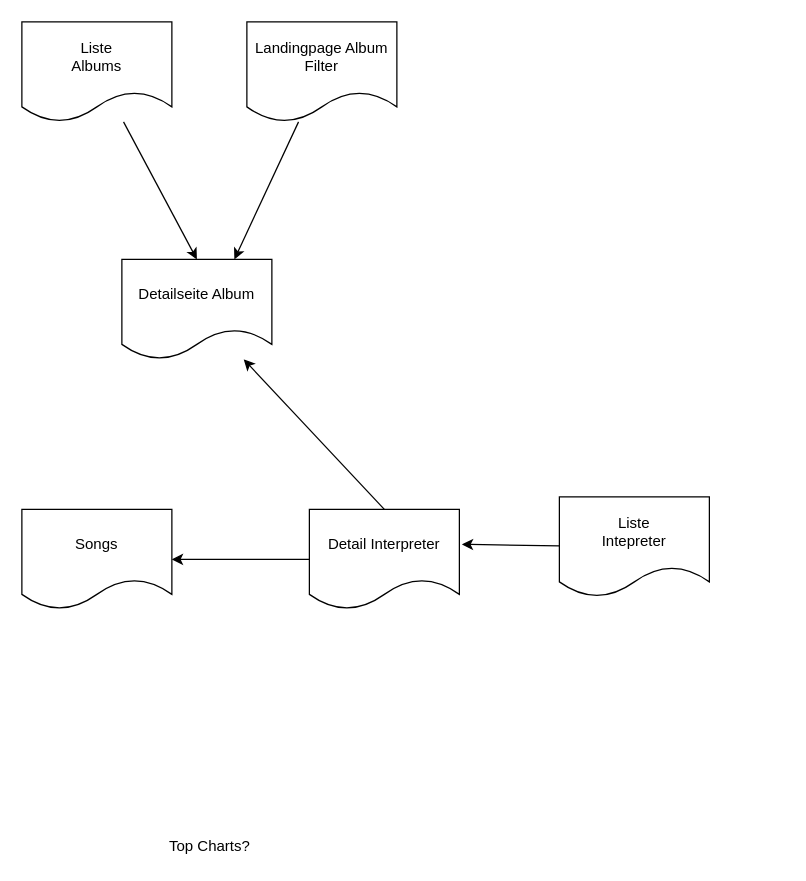
free-prayer-bird/demo-repo keeps this draw.io diagram as page "Views" (2 of 10) of Untitled Diagram.drawio. Above is the earlier version. Source tidied: cells renumbered, new cells numbered last; positions are measured from the earlier drawing's top-left corner, leaving out a move shared by most shapes. Both pictures are drawn from the tidied source at 125%, with x=0, y=0 at pixel (21, 21).
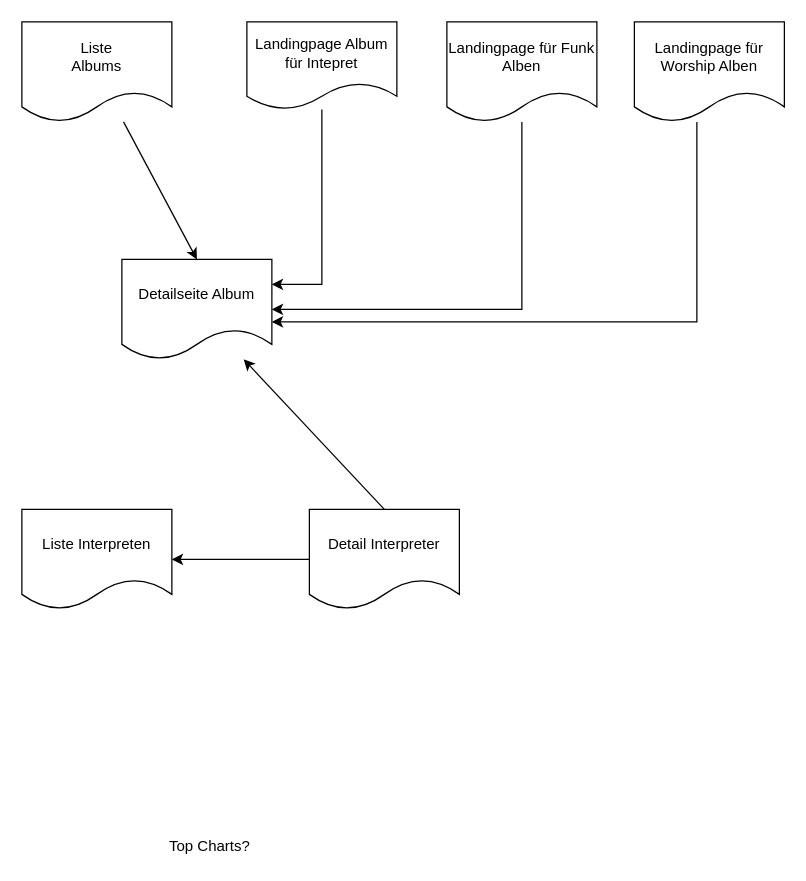
Above is the later version.

Diff of the diagram source:
```diff
@@
 <mxGraphModel>
   <root>
     <mxCell id="0" />
     <mxCell id="1" parent="0" />
     <mxCell id="2" style="rounded=0;jettySize=auto;html=1;entryX=0.5;entryY=0;entryDx=0;entryDy=0;" parent="1" edge="1" source="3" target="6">
       <mxGeometry relative="1" as="geometry" />
     </mxCell>
     <mxCell id="3" value="Liste &lt;br&gt;Albums" style="shape=document;whiteSpace=wrap;html=1;boundedLbl=1;" parent="1" vertex="1">
       <mxGeometry width="120" height="80" as="geometry" />
     </mxCell>
-    <mxCell id="4" style="edgeStyle=none;rounded=0;jettySize=auto;html=1;entryX=0.75;entryY=0;entryDx=0;entryDy=0;" parent="1" edge="1" source="5" target="6">
-      <mxGeometry relative="1" as="geometry" />
+    <mxCell id="4" style="edgeStyle=orthogonalEdgeStyle;rounded=0;jettySize=auto;html=1;entryX=1;entryY=0.25;entryDx=0;entryDy=0;" parent="1" edge="1" source="5" target="6">
+      <mxGeometry relative="1" as="geometry">
+        <Array as="points">
+          <mxPoint x="240" y="210" />
+        </Array>
+      </mxGeometry>
     </mxCell>
-    <mxCell id="5" value="Landingpage Album Filter" style="shape=document;whiteSpace=wrap;html=1;boundedLbl=1;" parent="1" vertex="1">
-      <mxGeometry x="180" width="120" height="80" as="geometry" />
+    <mxCell id="5" value="Landingpage Album für Intepret" style="shape=document;whiteSpace=wrap;html=1;boundedLbl=1;" parent="1" vertex="1">
+      <mxGeometry x="180" width="120" height="70" as="geometry" />
     </mxCell>
     <mxCell id="6" value="Detailseite Album" style="shape=document;whiteSpace=wrap;html=1;boundedLbl=1;" parent="1" vertex="1">
       <mxGeometry x="80" y="190" width="120" height="80" as="geometry" />
     </mxCell>
-    <mxCell id="7" value="Songs" style="shape=document;whiteSpace=wrap;html=1;boundedLbl=1;" parent="1" vertex="1">
+    <mxCell id="7" value="Liste Interpreten" style="shape=document;whiteSpace=wrap;html=1;boundedLbl=1;" parent="1" vertex="1">
       <mxGeometry y="390" width="120" height="80" as="geometry" />
     </mxCell>
     <mxCell id="8" style="edgeStyle=none;rounded=0;jettySize=auto;html=1;exitX=0.5;exitY=0;exitDx=0;exitDy=0;" parent="1" edge="1" source="12" target="6">
       <mxGeometry relative="1" as="geometry" />
     </mxCell>
     <mxCell id="9" style="edgeStyle=none;rounded=0;jettySize=auto;html=1;exitX=0;exitY=0.5;exitDx=0;exitDy=0;entryX=1;entryY=0.5;entryDx=0;entryDy=0;" parent="1" edge="1" source="12" target="7">
       <mxGeometry relative="1" as="geometry" />
     </mxCell>
-    <mxCell id="10" style="edgeStyle=none;rounded=0;jettySize=auto;html=1;entryX=1.017;entryY=0.35;entryDx=0;entryDy=0;entryPerimeter=0;" parent="1" edge="1" source="11" target="12">
-      <mxGeometry relative="1" as="geometry" />
-    </mxCell>
-    <mxCell id="11" value="Liste &lt;br&gt;Intepreter" style="shape=document;whiteSpace=wrap;html=1;boundedLbl=1;" parent="1" vertex="1">
-      <mxGeometry x="430" y="380" width="120" height="80" as="geometry" />
-    </mxCell>
     <mxCell id="12" value="Detail Interpreter" style="shape=document;whiteSpace=wrap;html=1;boundedLbl=1;" parent="1" vertex="1">
       <mxGeometry x="230" y="390" width="120" height="80" as="geometry" />
     </mxCell>
     <mxCell id="13" value="Top Charts?" style="text;html=1;align=center;verticalAlign=middle;strokeColor=none;fillColor=none;" parent="1" vertex="1">
       <mxGeometry x="110" y="650" width="80" height="20" as="geometry" />
     </mxCell>
+    <mxCell id="14" style="edgeStyle=orthogonalEdgeStyle;rounded=0;jettySize=auto;html=1;entryX=1;entryY=0.5;entryDx=0;entryDy=0;" parent="1" edge="1" source="15" target="6">
+      <mxGeometry relative="1" as="geometry">
+        <Array as="points">
+          <mxPoint x="400" y="230" />
+        </Array>
+      </mxGeometry>
+    </mxCell>
+    <mxCell id="15" value="Landingpage für Funk Alben" style="shape=document;whiteSpace=wrap;html=1;boundedLbl=1;" parent="1" vertex="1">
+      <mxGeometry x="340" width="120" height="80" as="geometry" />
+    </mxCell>
+    <mxCell id="16" style="edgeStyle=orthogonalEdgeStyle;rounded=0;jettySize=auto;html=1;entryX=1;entryY=0.625;entryDx=0;entryDy=0;fontFamily=Helvetica;fontSize=12;fontColor=#000000;entryPerimeter=0;" parent="1" edge="1" source="17" target="6">
+      <mxGeometry relative="1" as="geometry">
+        <Array as="points">
+          <mxPoint x="540" y="240" />
+        </Array>
+      </mxGeometry>
+    </mxCell>
+    <mxCell id="17" value="Landingpage für Worship Alben" style="shape=document;whiteSpace=wrap;html=1;boundedLbl=1;" parent="1" vertex="1">
+      <mxGeometry x="490" width="120" height="80" as="geometry" />
+    </mxCell>
   </root>
 </mxGraphModel>
```
